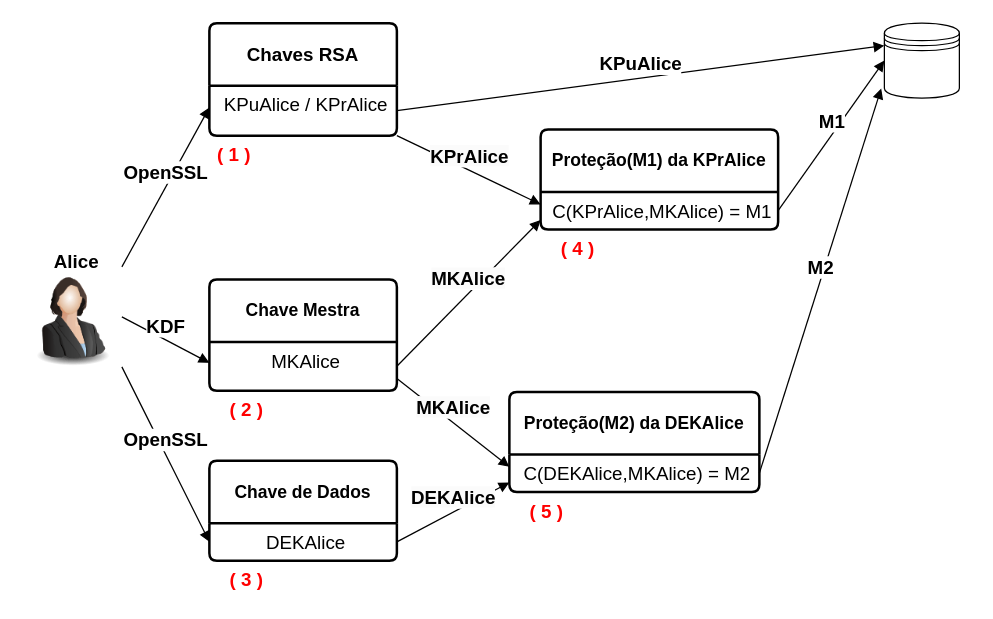
This is custodia/img/chave_alice.drawio from abreuferr/criptografia, a draw.io file, before an edit. Source tidied: cells renumbered, new cells numbered last; positions are measured from the earlier drawing's top-left corner, leaving out a move shared by most shapes. Both pictures are drawn from the tidied source at 125%, with x=0, y=0 at pixel (21, 22).
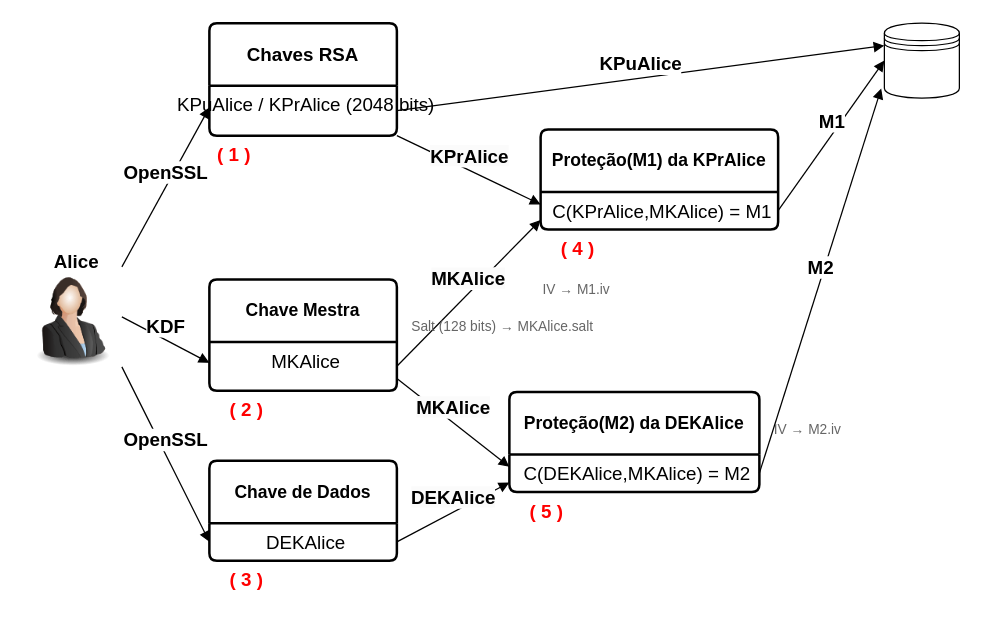
Above is the later version.

Commit message (it also covers changes not shown here):
Padroniza RSA 2048 bits e completa diagramas de custódia de Alice/Bob

The change refers to these unchanged cells:
```xml
<mxCell id="4" value="&lt;b style=&quot;font-size: 15px;&quot;&gt;Chaves RSA&lt;/b&gt;" style="swimlane;horizontal=1;startSize=50;rounded=1;fontSize=15;fontStyle=0;strokeWidth=2;shadow=0;dashed=0;align=center;arcSize=4;whiteSpace=wrap;html=1;" parent="1" vertex="1">
  <mxGeometry x="150" width="150" height="90" as="geometry" />
</mxCell>
```

Diff of the diagram source:
```diff
@@
-    <mxCell id="5" value="&lt;font style=&quot;font-size: 15px;&quot;&gt;KPuAlice / KPrAlice&lt;/font&gt;" style="align=center;strokeColor=none;fillColor=none;spacingLeft=4;fontSize=12;verticalAlign=top;html=1;" parent="4" vertex="1">
+    <mxCell id="5" value="&lt;font style=&quot;font-size: 15px;&quot;&gt;KPuAlice / KPrAlice (2048 bits)&lt;/font&gt;" style="align=center;strokeColor=none;fillColor=none;spacingLeft=4;fontSize=12;verticalAlign=top;html=1;" parent="4" vertex="1">
       <mxGeometry y="50" width="150" height="40" as="geometry" />
     </mxCell>
@@
+    <mxCell id="30" value="&lt;font style=&quot;font-size: 11px;&quot; color=&quot;#666666&quot;&gt;Salt (128 bits) &amp;#8594; MKAlice.salt&lt;/font&gt;" style="text;html=1;align=left;verticalAlign=middle;whiteSpace=wrap;rounded=0;strokeColor=none;fillColor=none;" parent="1" vertex="1">
+      <mxGeometry x="310" y="220" width="150" height="45" as="geometry" />
+    </mxCell>
+    <mxCell id="31" value="&lt;font style=&quot;font-size: 11px;&quot; color=&quot;#666666&quot;&gt;IV &amp;#8594; M1.iv&lt;/font&gt;" style="text;html=1;align=left;verticalAlign=middle;whiteSpace=wrap;rounded=0;strokeColor=none;fillColor=none;" parent="1" vertex="1">
+      <mxGeometry x="415" y="198" width="190" height="30" as="geometry" />
+    </mxCell>
+    <mxCell id="32" value="&lt;font style=&quot;font-size: 11px;&quot; color=&quot;#666666&quot;&gt;IV &amp;#8594; M2.iv&lt;/font&gt;" style="text;html=1;align=left;verticalAlign=middle;whiteSpace=wrap;rounded=0;strokeColor=none;fillColor=none;" parent="1" vertex="1">
+      <mxGeometry x="600" y="305" width="160" height="40" as="geometry" />
+    </mxCell>
```
